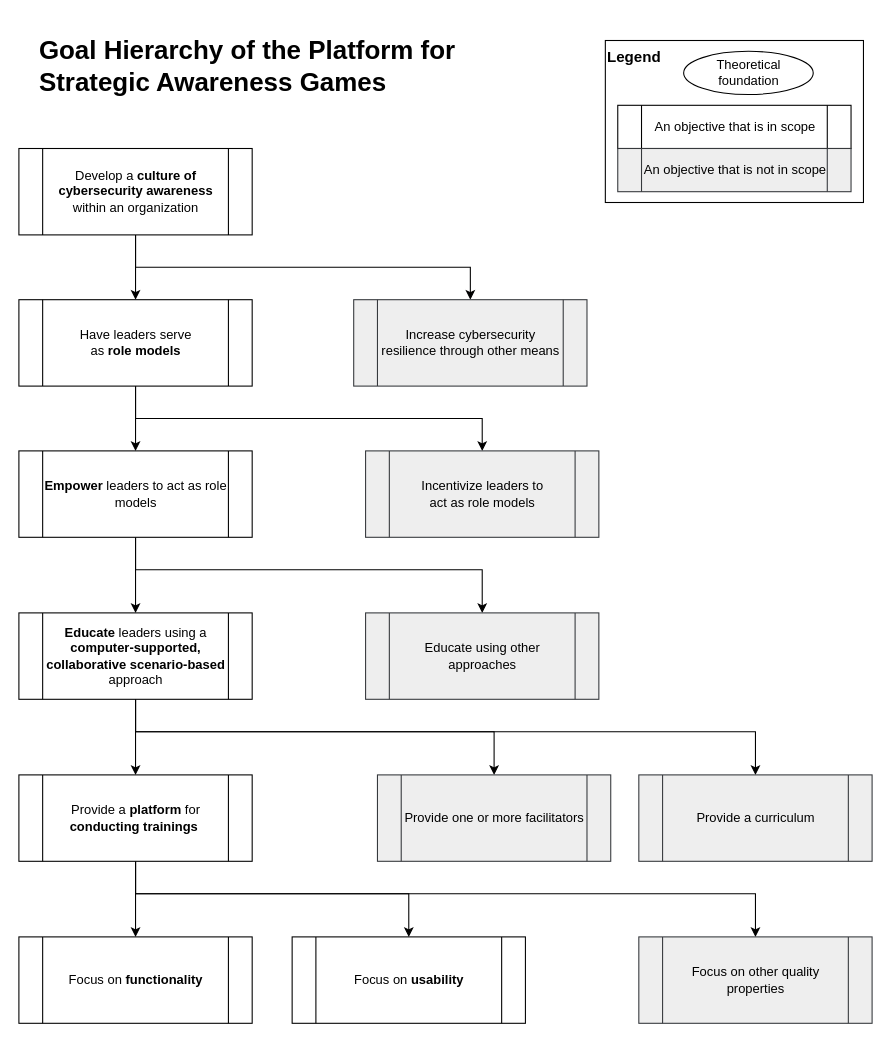
The draw.io diagram page "Overall project goals" (1 of 2) of artefacts/project-level/diagrams/editable_files/Goal hierarchy EEP.drawio in Elias-Ladenburger/CSEP, before the edit. Source tidied: cells renumbered, new cells numbered last; positions are measured from the earlier drawing's top-left corner, leaving out a move shared by most shapes. Both pictures are drawn from the tidied source at 108%, with x=0, y=0 at pixel (18, 29).
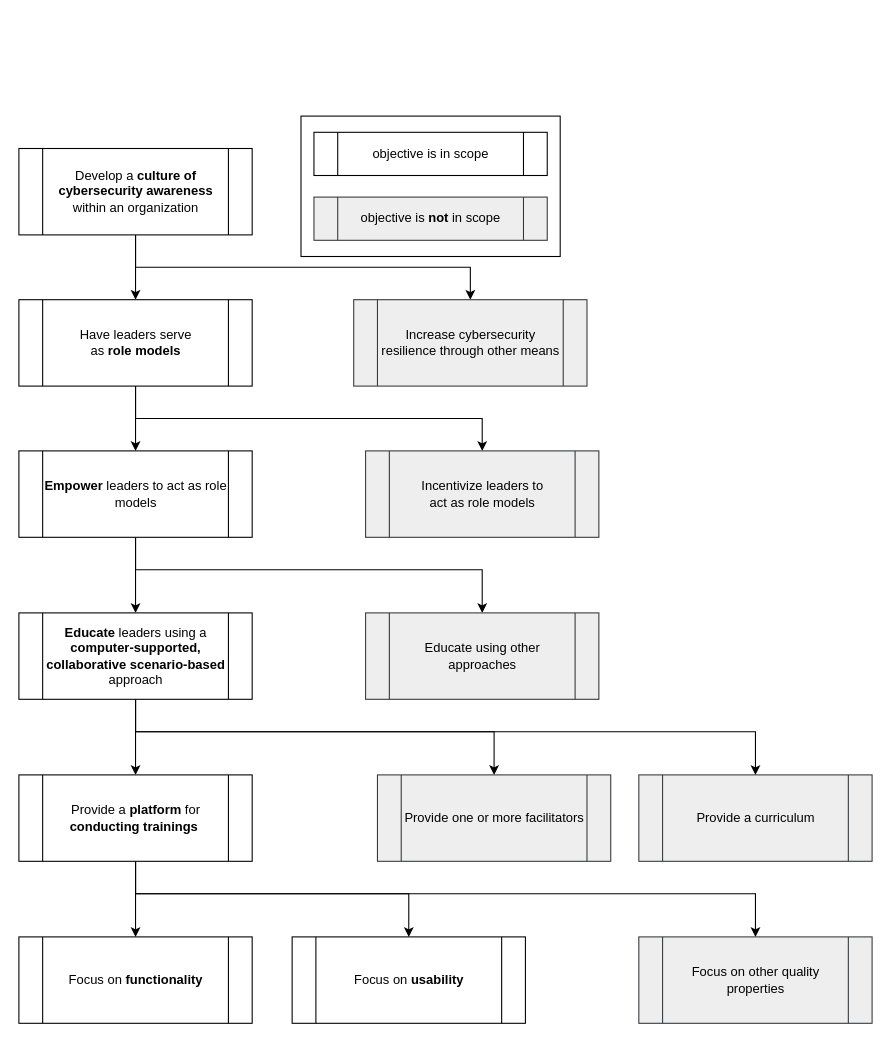
The same diagram, later.

Commit message:
Add functional goals

What changed in the source:
```diff
@@
+    <mxCell id="33" style="rounded=0;whiteSpace=wrap;html=1;fillColor=none;" parent="1" vertex="1">
+      <mxGeometry x="261.2" y="80" width="240" height="130" as="geometry" />
+    </mxCell>
@@
-    <mxCell id="27" value="&lt;h1&gt;Goal Hierarchy of the Platform for Strategic Awareness Games&lt;br&gt;&lt;/h1&gt;" style="text;html=1;strokeColor=none;fillColor=none;spacing=5;spacingTop=-20;whiteSpace=wrap;overflow=hidden;rounded=0;" parent="1" vertex="1">
-      <mxGeometry x="14" width="469" height="120" as="geometry" />
-    </mxCell>
-    <mxCell id="28" style="group;" parent="1" vertex="1">
-      <mxGeometry x="543" y="10" width="239" height="150" as="geometry" />
-    </mxCell>
-    <mxCell id="29" value="&lt;div style=&quot;font-size: 14px&quot; align=&quot;left&quot;&gt;&lt;font style=&quot;font-size: 14px&quot;&gt;&lt;b&gt;Legend&lt;/b&gt;&lt;/font&gt;&lt;/div&gt;" style="rounded=0;whiteSpace=wrap;html=1;fillColor=none;align=left;verticalAlign=top;" parent="28" vertex="1">
-      <mxGeometry width="239" height="150" as="geometry" />
-    </mxCell>
-    <mxCell id="30" value="An objective that is in scope" style="shape=process;whiteSpace=wrap;html=1;backgroundOutline=1;" parent="28" vertex="1">
-      <mxGeometry x="11.5" y="60" width="216" height="40" as="geometry" />
+    <mxCell id="30" value="objective is in scope" style="shape=process;whiteSpace=wrap;html=1;backgroundOutline=1;" parent="1" vertex="1">
+      <mxGeometry x="273.2" y="95" width="216" height="40" as="geometry" />
     </mxCell>
-    <mxCell id="31" value="An objective that is not in scope" style="shape=process;whiteSpace=wrap;html=1;backgroundOutline=1;fillColor=#eeeeee;strokeColor=#36393d;" parent="28" vertex="1">
-      <mxGeometry x="11.5" y="100" width="216" height="40" as="geometry" />
+    <mxCell id="31" value="objective is &lt;b&gt;not&lt;/b&gt; in scope" style="shape=process;whiteSpace=wrap;html=1;backgroundOutline=1;fillColor=#eeeeee;strokeColor=#36393d;" parent="1" vertex="1">
+      <mxGeometry x="273.2" y="155" width="216" height="40" as="geometry" />
     </mxCell>
-    <mxCell id="32" value="Theoretical foundation" style="ellipse;whiteSpace=wrap;html=1;" parent="28" vertex="1">
-      <mxGeometry x="72.5" y="10" width="120" height="40" as="geometry" />
-    </mxCell>
```
